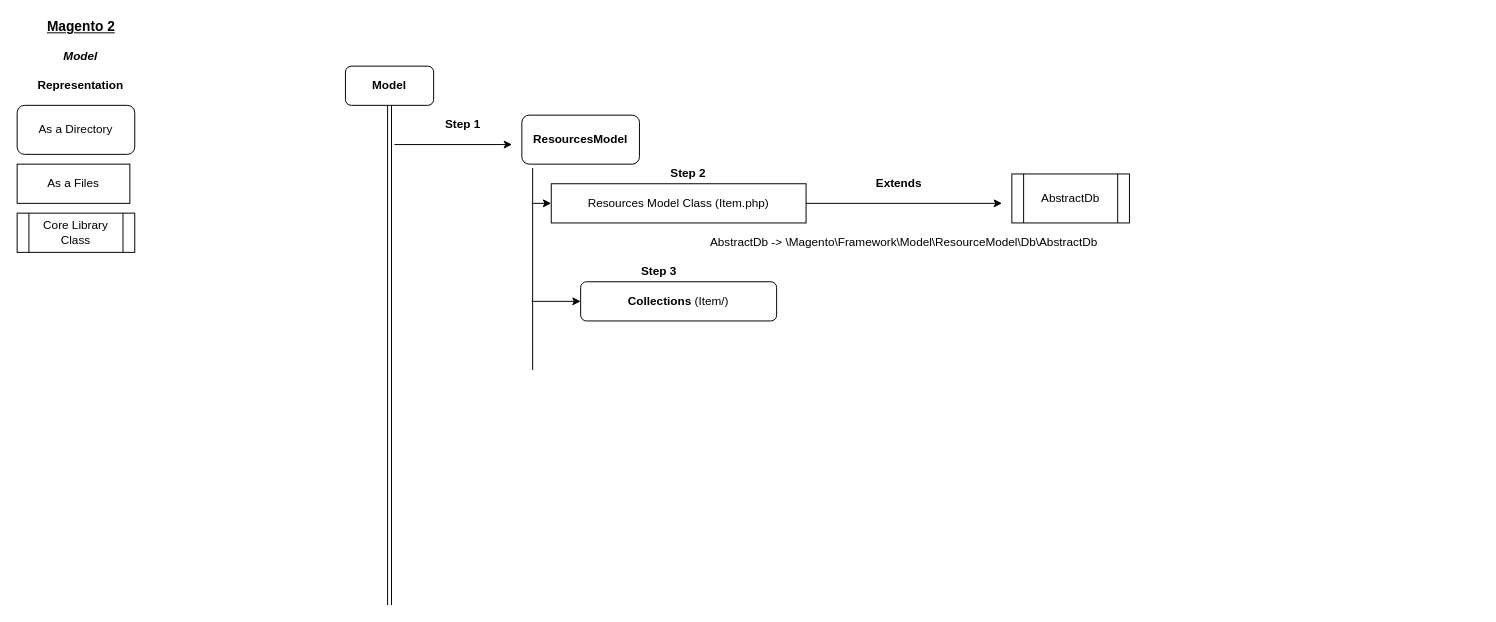
This is Module-Model.drawio from tikam512/M2-Graph-Modules, a draw.io file, before an edit. Source tidied: cells renumbered, new cells numbered last; positions are measured from the earlier drawing's top-left corner, leaving out a move shared by most shapes. Both pictures are drawn from the tidied source at 98%, with x=0, y=0 at pixel (17, 17).
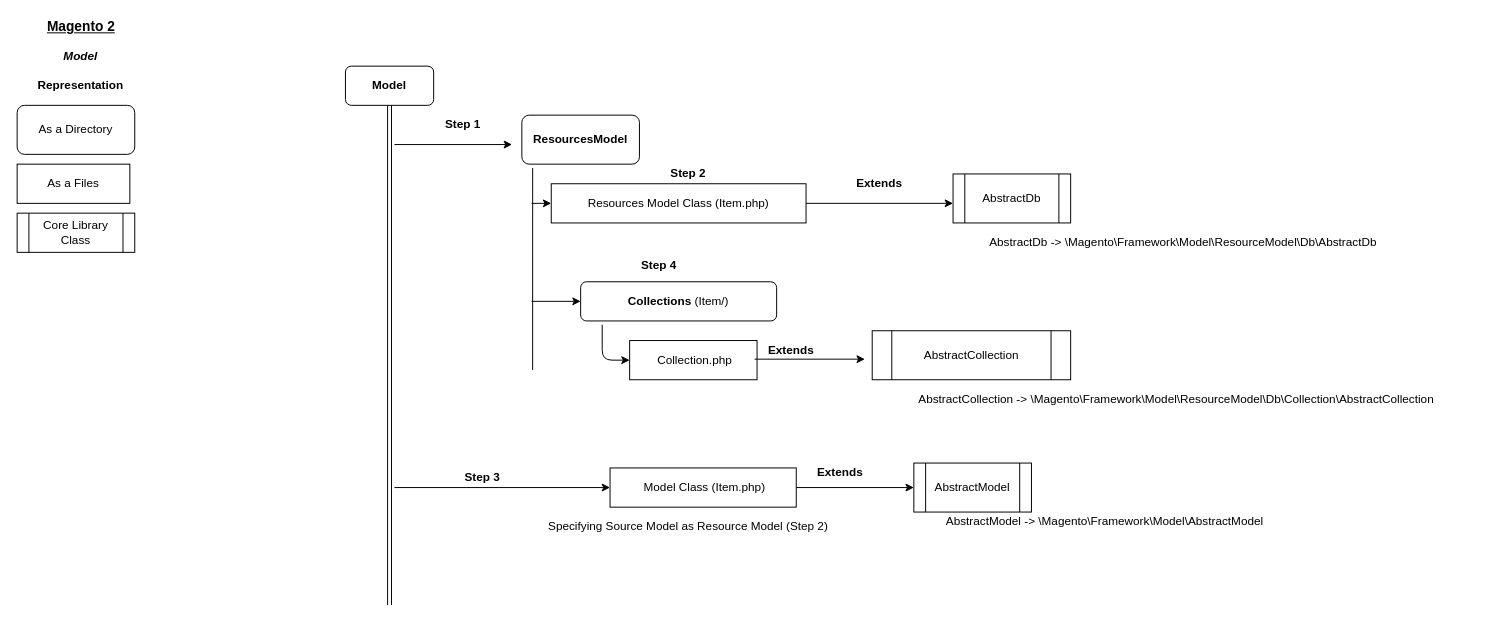
The same page after the edit.

The change refers to these unchanged cells:
```xml
<mxCell id="12" value="Resources Model Class (Item.php)" style="rounded=0;whiteSpace=wrap;html=1;" parent="1" vertex="1">
  <mxGeometry x="545" y="170" width="260" height="40" as="geometry" />
</mxCell>
<mxCell id="24" value="&lt;div&gt;&lt;b&gt;Collections&lt;/b&gt; (Item/)&lt;/div&gt;" style="rounded=1;whiteSpace=wrap;html=1;" parent="1" vertex="1">
  <mxGeometry x="575" y="270" width="200" height="40" as="geometry" />
</mxCell>
```

The edit, as a diff of the source:
```diff
@@
     <mxCell id="14" style="endArrow=classic;html=1;exitX=1;exitY=0.5;exitDx=0;exitDy=0;" parent="1" edge="1" source="12">
       <mxGeometry relative="1" as="geometry">
-        <mxPoint x="1005" y="190" as="targetPoint" />
+        <mxPoint x="955" y="190" as="targetPoint" />
       </mxGeometry>
     </mxCell>
     <mxCell id="15" value="&lt;b&gt;Extends&lt;/b&gt;" style="text;html=1;strokeColor=none;fillColor=none;align=center;verticalAlign=middle;whiteSpace=wrap;rounded=0;" parent="1" vertex="1">
-      <mxGeometry x="875" y="160" width="50" height="20" as="geometry" />
+      <mxGeometry x="855" y="160" width="50" height="20" as="geometry" />
     </mxCell>
@@
     <mxCell id="17" value="AbstractDb" style="shape=process;whiteSpace=wrap;html=1;backgroundOutline=1;" parent="1" vertex="1">
-      <mxGeometry x="1015" y="160" width="120" height="50" as="geometry" />
+      <mxGeometry x="955" y="160" width="120" height="50" as="geometry" />
     </mxCell>
@@
     <mxCell id="19" value="AbstractDb -&amp;gt; \Magento\Framework\Model\ResourceModel\Db\AbstractDb" style="text;html=1;strokeColor=none;fillColor=none;align=center;verticalAlign=middle;whiteSpace=wrap;rounded=0;" parent="1" vertex="1">
-      <mxGeometry x="615" y="220" width="580" height="20" as="geometry" />
+      <mxGeometry x="900" y="220" width="580" height="20" as="geometry" />
     </mxCell>
@@
-    <mxCell id="23" value="&lt;b&gt;Step 3&lt;br&gt;&lt;/b&gt;" style="text;html=1;strokeColor=none;fillColor=none;align=center;verticalAlign=middle;whiteSpace=wrap;rounded=0;" parent="1" vertex="1">
+    <mxCell id="23" value="&lt;div&gt;&lt;b&gt;Step 4&lt;/b&gt;&lt;/div&gt;&lt;div&gt;&lt;b&gt;&lt;br&gt;&lt;/b&gt;&lt;/div&gt;" style="text;html=1;strokeColor=none;fillColor=none;align=center;verticalAlign=middle;whiteSpace=wrap;rounded=0;" parent="1" vertex="1">
       <mxGeometry x="615" y="250" width="80" height="20" as="geometry" />
     </mxCell>
@@
+    <mxCell id="25" style="endArrow=classic;html=1;" parent="1" edge="1">
+      <mxGeometry relative="1" as="geometry">
+        <mxPoint x="385" y="480" as="sourcePoint" />
+        <mxPoint x="605" y="480" as="targetPoint" />
+      </mxGeometry>
+    </mxCell>
+    <mxCell id="26" value="&lt;b&gt;Step 3&lt;br&gt;&lt;/b&gt;" style="text;html=1;strokeColor=none;fillColor=none;align=center;verticalAlign=middle;whiteSpace=wrap;rounded=0;" parent="1" vertex="1">
+      <mxGeometry x="435" y="460" width="80" height="20" as="geometry" />
+    </mxCell>
+    <mxCell id="27" value="&amp;nbsp;Model Class (Item.php)" style="rounded=0;whiteSpace=wrap;html=1;" parent="1" vertex="1">
+      <mxGeometry x="605" y="460" width="190" height="40" as="geometry" />
+    </mxCell>
+    <mxCell id="28" value="AbstractModel" style="shape=process;whiteSpace=wrap;html=1;backgroundOutline=1;" parent="1" vertex="1">
+      <mxGeometry x="915" y="455" width="120" height="50" as="geometry" />
+    </mxCell>
+    <mxCell id="29" style="endArrow=classic;html=1;exitX=1;exitY=0.5;exitDx=0;exitDy=0;" parent="1" edge="1" source="27">
+      <mxGeometry relative="1" as="geometry">
+        <mxPoint x="915" y="480" as="targetPoint" />
+      </mxGeometry>
+    </mxCell>
+    <mxCell id="30" value="&lt;b&gt;Extends&lt;/b&gt;" style="text;html=1;strokeColor=none;fillColor=none;align=center;verticalAlign=middle;whiteSpace=wrap;rounded=0;" parent="1" vertex="1">
+      <mxGeometry x="815" y="455" width="50" height="20" as="geometry" />
+    </mxCell>
+    <mxCell id="31" value="AbstractModel -&amp;gt; \Magento\Framework\Model\AbstractModel" style="text;html=1;strokeColor=none;fillColor=none;align=center;verticalAlign=middle;whiteSpace=wrap;rounded=0;" parent="1" vertex="1">
+      <mxGeometry x="895" y="505" width="430" height="20" as="geometry" />
+    </mxCell>
+    <mxCell id="32" value="Specifying Source Model as Resource Model (Step 2)" style="text;html=1;strokeColor=none;fillColor=none;align=center;verticalAlign=middle;whiteSpace=wrap;rounded=0;" parent="1" vertex="1">
+      <mxGeometry x="470" y="510" width="430" height="20" as="geometry" />
+    </mxCell>
+    <mxCell id="33" style="endArrow=classic;html=1;exitX=0.11;exitY=1.1;exitDx=0;exitDy=0;exitPerimeter=0;entryX=0;entryY=0.5;entryDx=0;entryDy=0;" parent="1" edge="1" source="24" target="34">
+      <mxGeometry relative="1" as="geometry">
+        <Array as="points">
+          <mxPoint x="597" y="350" />
+        </Array>
+      </mxGeometry>
+    </mxCell>
+    <mxCell id="34" value="&amp;nbsp;Collection.php" style="rounded=0;whiteSpace=wrap;html=1;" parent="1" vertex="1">
+      <mxGeometry x="625" y="330" width="130" height="40" as="geometry" />
+    </mxCell>
+    <mxCell id="35" value="&lt;b&gt;Extends&lt;/b&gt;" style="text;html=1;strokeColor=none;fillColor=none;align=center;verticalAlign=middle;whiteSpace=wrap;rounded=0;" parent="1" vertex="1">
+      <mxGeometry x="765" y="330" width="50" height="20" as="geometry" />
+    </mxCell>
+    <mxCell id="36" value="AbstractCollection" style="shape=process;whiteSpace=wrap;html=1;backgroundOutline=1;" parent="1" vertex="1">
+      <mxGeometry x="872.5" y="320" width="202.5" height="50" as="geometry" />
+    </mxCell>
+    <mxCell id="37" style="endArrow=classic;html=1;exitX=1;exitY=0.5;exitDx=0;exitDy=0;" parent="1" edge="1">
+      <mxGeometry relative="1" as="geometry">
+        <mxPoint x="752.5" y="349" as="sourcePoint" />
+        <mxPoint x="865" y="349" as="targetPoint" />
+      </mxGeometry>
+    </mxCell>
+    <mxCell id="38" value="AbstractCollection -&amp;gt; \Magento\Framework\Model\ResourceModel\Db\Collection\AbstractCollection" style="text;html=1;strokeColor=none;fillColor=none;align=center;verticalAlign=middle;whiteSpace=wrap;rounded=0;" parent="1" vertex="1">
+      <mxGeometry x="872.5" y="380" width="620" height="20" as="geometry" />
+    </mxCell>
```
